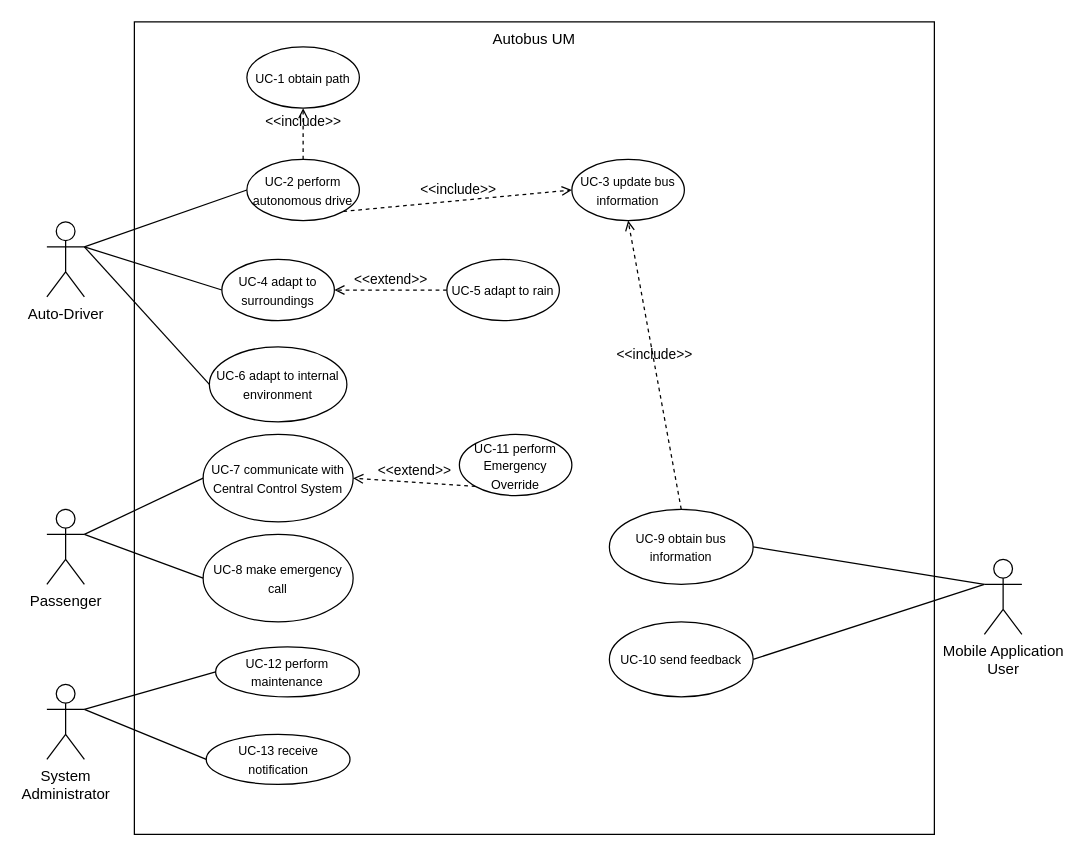
justn0thinghere/drawio keeps this draw.io diagram as UCDwia2002project.drawio. Above is the earlier version. Source tidied: cells renumbered, new cells numbered last; positions are measured from the earlier drawing's top-left corner, leaving out a move shared by most shapes. Both pictures are drawn from the tidied source at 125%, with x=0, y=0 at pixel (46, 21).
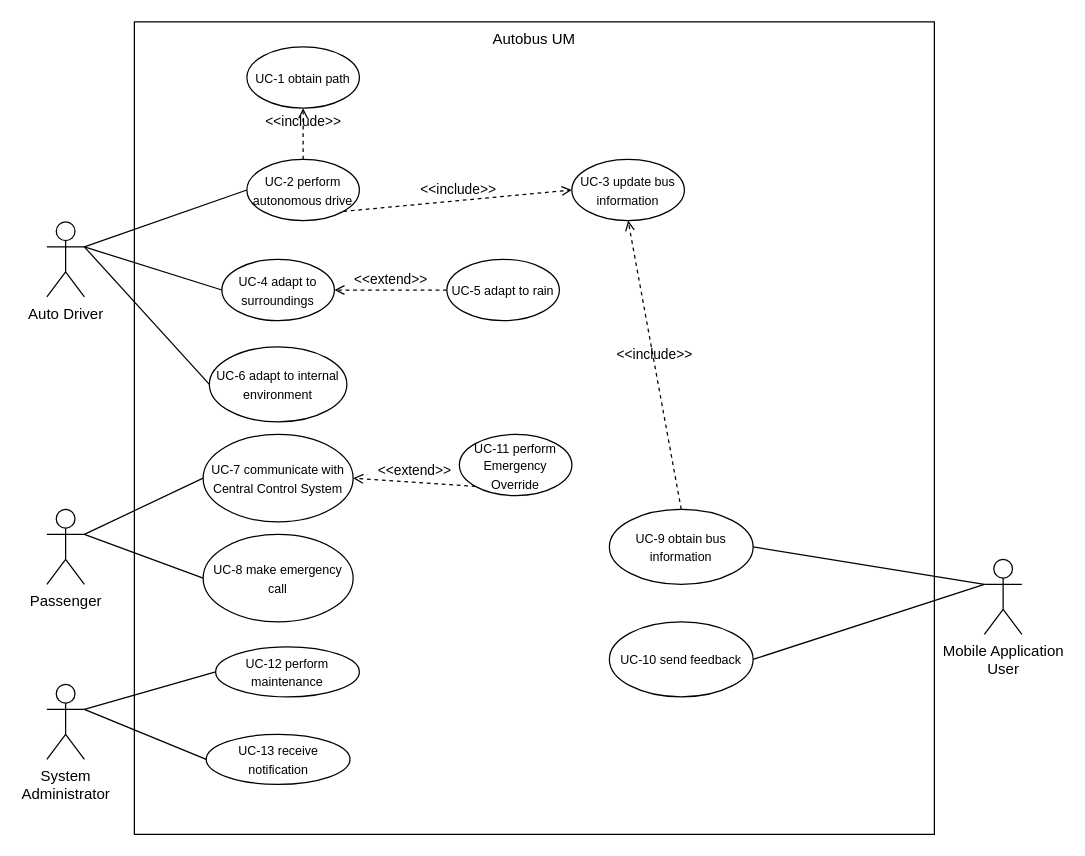
After the change.

Change to the diagram source:
```diff
@@
-    <mxCell id="2" value="Auto-Driver" style="shape=umlActor;verticalLabelPosition=bottom;verticalAlign=top;html=1;outlineConnect=0;" parent="1" vertex="1">
+    <mxCell id="2" value="Auto Driver" style="shape=umlActor;verticalLabelPosition=bottom;verticalAlign=top;html=1;outlineConnect=0;" parent="1" vertex="1">
       <mxGeometry y="160" width="30" height="60" as="geometry" />
     </mxCell>
```
